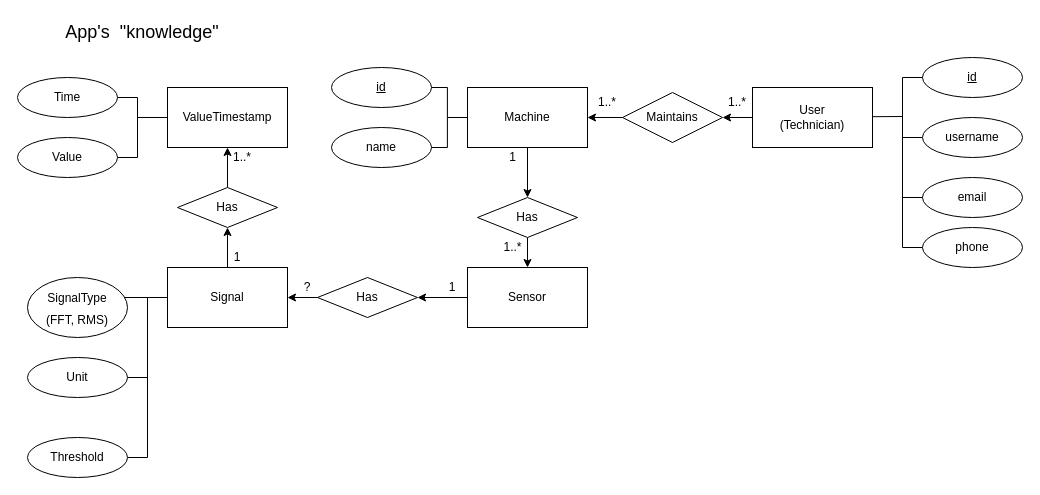
Before: ConceptDiagrams/ConceptDiagrams.drawio in se761group2/industry-4, a draw.io diagram. Source tidied: cells renumbered, new cells numbered last; positions are measured from the earlier drawing's top-left corner, leaving out a move shared by most shapes. Both pictures are drawn from the tidied source at 100%, with x=0, y=0 at pixel (17, 17).
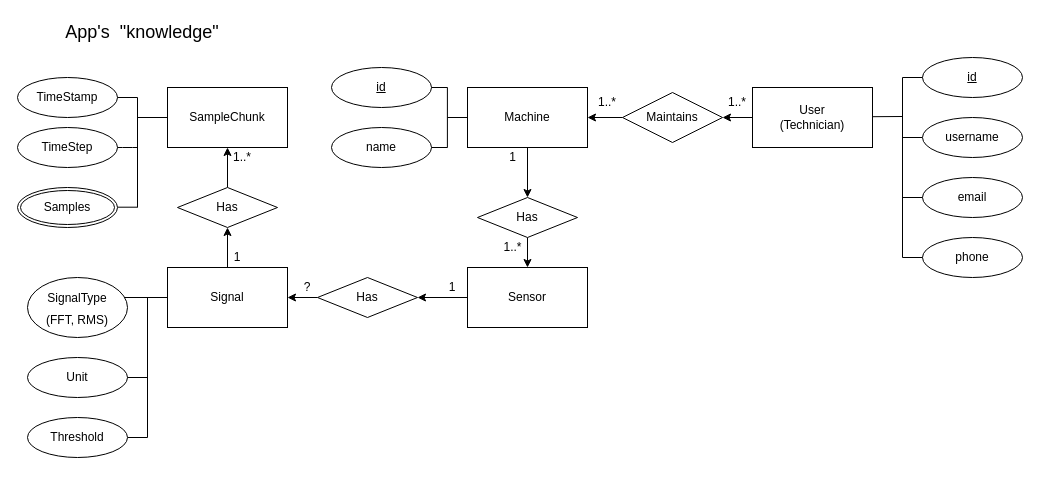
The same page after the edit.

Commit message:
Changed ValueTimestamp to SampleChunk

The edit, as a diff of the source:
```diff
@@
-    <mxCell id="14" value="ValueTimestamp" style="whiteSpace=wrap;html=1;align=center;" parent="1" vertex="1">
+    <mxCell id="14" value="SampleChunk" style="whiteSpace=wrap;html=1;align=center;" parent="1" vertex="1">
       <mxGeometry x="150" y="70" width="120" height="60" as="geometry" />
     </mxCell>
@@
     <mxCell id="22" value="phone" style="ellipse;whiteSpace=wrap;html=1;align=center;" parent="1" vertex="1">
-      <mxGeometry x="905" y="210" width="100" height="40" as="geometry" />
+      <mxGeometry x="905" y="220" width="100" height="40" as="geometry" />
     </mxCell>
@@
     <mxCell id="24" style="endArrow=none;html=1;" parent="1" edge="1">
       <mxGeometry relative="1" as="geometry">
-        <mxPoint x="885" y="230" as="sourcePoint" />
+        <mxPoint x="885" y="240" as="sourcePoint" />
         <mxPoint x="885" y="60" as="targetPoint" />
       </mxGeometry>
     </mxCell>
     <mxCell id="25" style="endArrow=none;html=1;entryX=0;entryY=0.5;entryDx=0;entryDy=0;" parent="1" edge="1" target="22">
       <mxGeometry relative="1" as="geometry">
-        <mxPoint x="885" y="230" as="sourcePoint" />
+        <mxPoint x="885" y="240" as="sourcePoint" />
       </mxGeometry>
     </mxCell>
@@
-    <mxCell id="29" value="Time" style="ellipse;whiteSpace=wrap;html=1;align=center;" parent="1" vertex="1">
+    <mxCell id="29" value="TimeStamp" style="ellipse;whiteSpace=wrap;html=1;align=center;" parent="1" vertex="1">
       <mxGeometry y="60" width="100" height="40" as="geometry" />
     </mxCell>
-    <mxCell id="30" value="Value" style="ellipse;whiteSpace=wrap;html=1;align=center;" parent="1" vertex="1">
-      <mxGeometry y="120" width="100" height="40" as="geometry" />
-    </mxCell>
@@
     <mxCell id="35" style="endArrow=none;html=1;" parent="1" edge="1">
       <mxGeometry relative="1" as="geometry">
-        <mxPoint x="130" y="440" as="sourcePoint" />
+        <mxPoint x="130" y="420" as="sourcePoint" />
         <mxPoint x="130" y="280" as="targetPoint" />
       </mxGeometry>
     </mxCell>
-    <mxCell id="36" style="endArrow=none;html=1;exitX=1;exitY=0.5;exitDx=0;exitDy=0;" parent="1" edge="1" source="30">
+    <mxCell id="36" style="endArrow=none;html=1;exitX=1;exitY=0.5;exitDx=0;exitDy=0;" parent="1" edge="1">
       <mxGeometry relative="1" as="geometry">
-        <mxPoint x="120" y="140" as="targetPoint" />
+        <mxPoint x="100" y="189.7" as="sourcePoint" />
+        <mxPoint x="120" y="189.7" as="targetPoint" />
       </mxGeometry>
     </mxCell>
@@
     <mxCell id="50" style="endArrow=none;html=1;" parent="1" edge="1">
       <mxGeometry relative="1" as="geometry">
-        <mxPoint x="120" y="140" as="sourcePoint" />
+        <mxPoint x="120" y="190" as="sourcePoint" />
         <mxPoint x="120" y="80" as="targetPoint" />
       </mxGeometry>
     </mxCell>
     <mxCell id="51" style="endArrow=none;html=1;entryX=1;entryY=0.5;entryDx=0;entryDy=0;" parent="1" edge="1" target="52">
       <mxGeometry relative="1" as="geometry">
-        <mxPoint x="130" y="440" as="sourcePoint" />
+        <mxPoint x="130" y="420" as="sourcePoint" />
       </mxGeometry>
     </mxCell>
     <mxCell id="52" value="Threshold" style="ellipse;whiteSpace=wrap;html=1;align=center;" parent="1" vertex="1">
-      <mxGeometry x="10" y="420" width="100" height="40" as="geometry" />
+      <mxGeometry x="10" y="400" width="100" height="40" as="geometry" />
     </mxCell>
@@
+    <mxCell id="59" value="Samples" style="ellipse;shape=doubleEllipse;margin=3;whiteSpace=wrap;html=1;align=center;" parent="1" vertex="1">
+      <mxGeometry y="170" width="100" height="40" as="geometry" />
+    </mxCell>
+    <mxCell id="60" value="TimeStep" style="ellipse;whiteSpace=wrap;html=1;align=center;" parent="1" vertex="1">
+      <mxGeometry y="110" width="100" height="40" as="geometry" />
+    </mxCell>
+    <mxCell id="61" style="endArrow=none;html=1;exitX=1;exitY=0.5;exitDx=0;exitDy=0;" parent="1" edge="1">
+      <mxGeometry relative="1" as="geometry">
+        <mxPoint x="100" y="130" as="sourcePoint" />
+        <mxPoint x="120" y="130" as="targetPoint" />
+        <Array as="points">
+          <mxPoint x="110" y="130" />
+        </Array>
+      </mxGeometry>
+    </mxCell>
```
